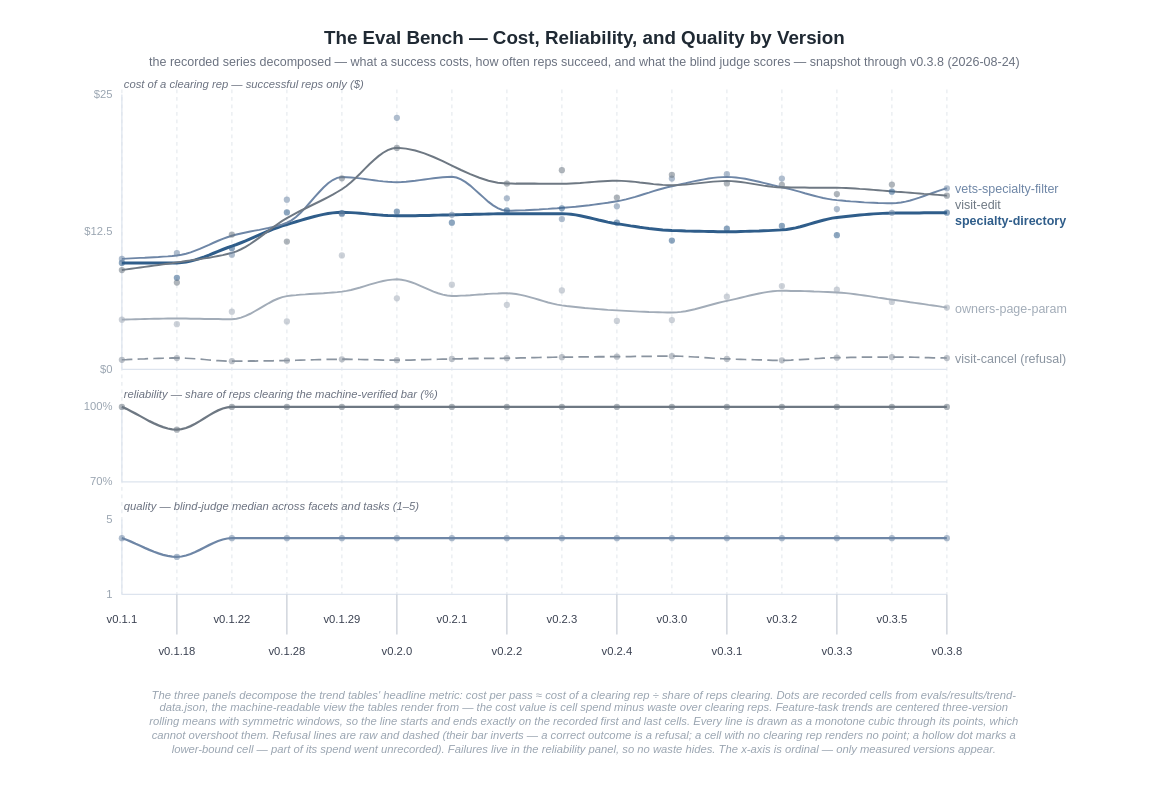
woditschka/agentic-coding-reference keeps this draw.io diagram as docs/images/eval-trend.drawio. Above is the earlier version. Source tidied: cells renumbered, new cells numbered last; positions are measured from the earlier drawing's top-left corner, leaving out a move shared by most shapes. Both pictures are drawn from the tidied source at 125%, with x=0, y=0 at pixel (21, 21).
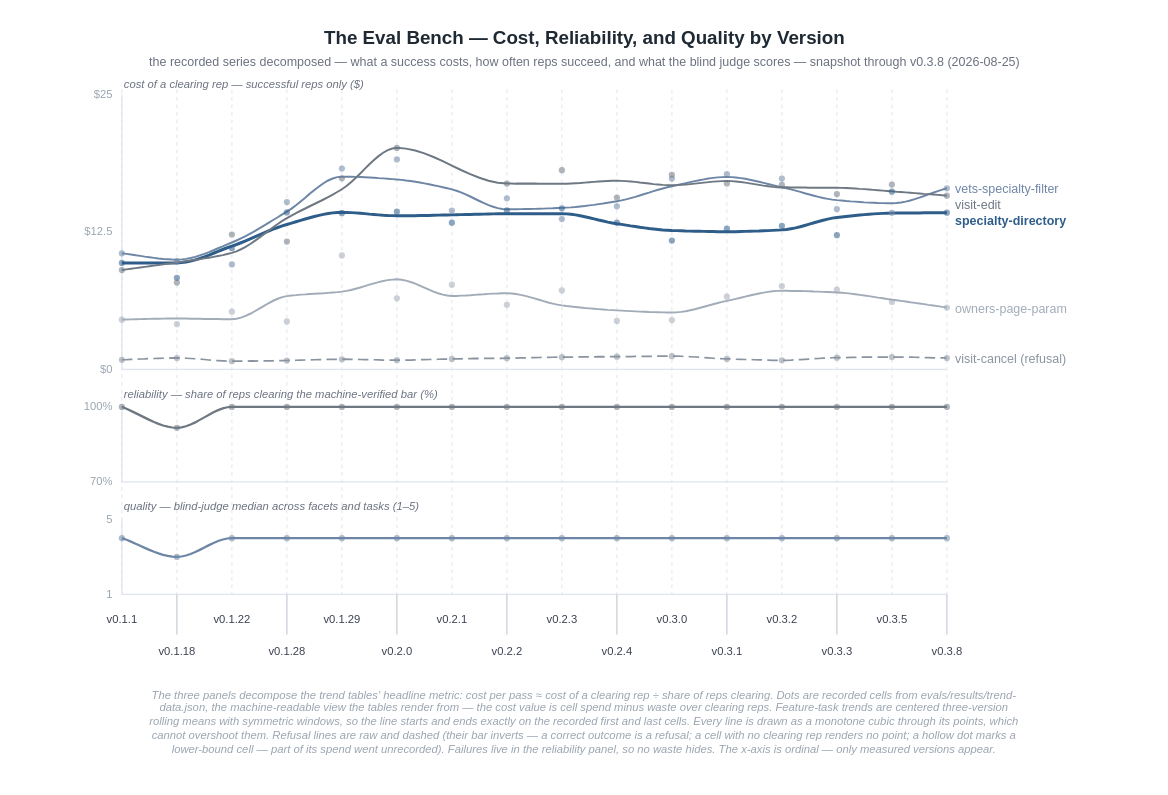
The same diagram, later.

The edit, as a diff of the source:
```diff
@@
-    <mxCell id="3" value="the recorded series decomposed — what a success costs, how often reps succeed, and what the blind judge scores — snapshot through v0.3.8 (2026-08-24)" style="text;html=1;align=center;verticalAlign=middle;fontSize=10;fontColor=#6B7280;" parent="1" vertex="1">
+    <mxCell id="3" value="the recorded series decomposed — what a success costs, how often reps succeed, and what the blind judge scores — snapshot through v0.3.8 (2026-08-25)" style="text;html=1;align=center;verticalAlign=middle;fontSize=10;fontColor=#6B7280;" parent="1" vertex="1">
       <mxGeometry y="25" width="900" height="14" as="geometry" />
     </mxCell>
@@
     <mxCell id="38" style="edgeStyle=none;rounded=0;curved=0;html=1;jettySize=0;endArrow=none;startArrow=none;strokeColor=#6E86A6;strokeWidth=1.6;" parent="1" edge="1">
       <mxGeometry relative="1" as="geometry">
-        <mxPoint x="80" y="189.6" as="sourcePoint" />
+        <mxPoint x="80" y="185.2" as="sourcePoint" />
         <mxPoint x="740" y="133.1" as="targetPoint" />
         <Array as="points">
-          <mxPoint x="83.7" y="189.4" />
-          <mxPoint x="87.3" y="189.2" />
-          <mxPoint x="91" y="189" />
-          <mxPoint x="94.7" y="188.8" />
-          <mxPoint x="98.3" y="188.7" />
-          <mxPoint x="102" y="188.5" />
-          <mxPoint x="105.7" y="188.3" />
-          <mxPoint x="109.3" y="188.1" />
-          <mxPoint x="113" y="187.8" />
-          <mxPoint x="116.7" y="187.6" />
-          <mxPoint x="120.3" y="187.3" />
-          <mxPoint x="124" y="186.9" />
-          <mxPoint x="127.7" y="186.3" />
-          <mxPoint x="131.3" y="185.5" />
-          <mxPoint x="135" y="184.4" />
-          <mxPoint x="138.7" y="183" />
-          <mxPoint x="142.3" y="181.6" />
-          <mxPoint x="146" y="180" />
-          <mxPoint x="149.7" y="178.4" />
-          <mxPoint x="153.3" y="176.7" />
-          <mxPoint x="157" y="175.1" />
-          <mxPoint x="160.7" y="173.6" />
-          <mxPoint x="164.3" y="172.3" />
-          <mxPoint x="168" y="171.1" />
-          <mxPoint x="171.7" y="170.1" />
-          <mxPoint x="175.3" y="169.3" />
-          <mxPoint x="179" y="168.5" />
-          <mxPoint x="182.7" y="167.7" />
-          <mxPoint x="186.3" y="167" />
-          <mxPoint x="190" y="166.4" />
-          <mxPoint x="193.7" y="165.6" />
-          <mxPoint x="197.3" y="164.9" />
-          <mxPoint x="201" y="164" />
-          <mxPoint x="204.7" y="163.1" />
-          <mxPoint x="208.3" y="162" />
-          <mxPoint x="212" y="160.7" />
-          <mxPoint x="215.7" y="158.8" />
-          <mxPoint x="219.3" y="156.1" />
-          <mxPoint x="223" y="152.7" />
-          <mxPoint x="226.7" y="148.8" />
-          <mxPoint x="230.3" y="144.7" />
-          <mxPoint x="234" y="140.4" />
-          <mxPoint x="237.7" y="136.3" />
-          <mxPoint x="241.3" y="132.5" />
-          <mxPoint x="245" y="129.1" />
-          <mxPoint x="248.7" y="126.5" />
-          <mxPoint x="252.3" y="124.8" />
-          <mxPoint x="256" y="124.2" />
-          <mxPoint x="259.7" y="124.3" />
-          <mxPoint x="263.3" y="124.5" />
-          <mxPoint x="267" y="124.8" />
-          <mxPoint x="270.7" y="125.2" />
-          <mxPoint x="274.3" y="125.7" />
-          <mxPoint x="278" y="126.2" />
-          <mxPoint x="281.7" y="126.7" />
-          <mxPoint x="285.3" y="127.2" />
-          <mxPoint x="289" y="127.6" />
-          <mxPoint x="292.7" y="127.9" />
-          <mxPoint x="296.3" y="128.1" />
-          <mxPoint x="300" y="128.2" />
-          <mxPoint x="303.7" y="128.1" />
-          <mxPoint x="307.3" y="127.9" />
-          <mxPoint x="311" y="127.5" />
-          <mxPoint x="314.7" y="127.1" />
-          <mxPoint x="318.3" y="126.6" />
-          <mxPoint x="322" y="126.1" />
-          <mxPoint x="325.7" y="125.6" />
-          <mxPoint x="329.3" y="125.1" />
-          <mxPoint x="333" y="124.7" />
-          <mxPoint x="336.7" y="124.3" />
-          <mxPoint x="340.3" y="124.1" />
-          <mxPoint x="344" y="124" />
-          <mxPoint x="347.7" y="124.5" />
-          <mxPoint x="351.3" y="126" />
-          <mxPoint x="355" y="128.2" />
-          <mxPoint x="358.7" y="131" />
-          <mxPoint x="362.3" y="134.2" />
-          <mxPoint x="366" y="137.5" />
-          <mxPoint x="369.7" y="140.8" />
-          <mxPoint x="373.3" y="144" />
-          <mxPoint x="377" y="146.8" />
+          <mxPoint x="83.7" y="185.6" />
+          <mxPoint x="87.3" y="186.1" />
+          <mxPoint x="91" y="186.7" />
+          <mxPoint x="94.7" y="187.2" />
+          <mxPoint x="98.3" y="187.8" />
+          <mxPoint x="102" y="188.3" />
+          <mxPoint x="105.7" y="188.8" />
+          <mxPoint x="109.3" y="189.3" />
+          <mxPoint x="113" y="189.7" />
+          <mxPoint x="116.7" y="189.9" />
+          <mxPoint x="120.3" y="190.1" />
+          <mxPoint x="124" y="190.2" />
+          <mxPoint x="127.7" y="190" />
+          <mxPoint x="131.3" y="189.6" />
+          <mxPoint x="135" y="188.9" />
+          <mxPoint x="138.7" y="188" />
+          <mxPoint x="142.3" y="186.8" />
+          <mxPoint x="146" y="185.6" />
+          <mxPoint x="149.7" y="184.2" />
+          <mxPoint x="153.3" y="182.7" />
+          <mxPoint x="157" y="181.1" />
+          <mxPoint x="160.7" y="179.6" />
+          <mxPoint x="164.3" y="178" />
+          <mxPoint x="168" y="176.5" />
+          <mxPoint x="171.7" y="174.9" />
+          <mxPoint x="175.3" y="173.2" />
+          <mxPoint x="179" y="171.4" />
+          <mxPoint x="182.7" y="169.4" />
+          <mxPoint x="186.3" y="167.4" />
+          <mxPoint x="190" y="165.2" />
+          <mxPoint x="193.7" y="163" />
+          <mxPoint x="197.3" y="160.8" />
+          <mxPoint x="201" y="158.5" />
+          <mxPoint x="204.7" y="156.3" />
+          <mxPoint x="208.3" y="154" />
+          <mxPoint x="212" y="151.8" />
+          <mxPoint x="215.7" y="149.4" />
+          <mxPoint x="219.3" y="146.7" />
+          <mxPoint x="223" y="143.7" />
+          <mxPoint x="226.7" y="140.7" />
+          <mxPoint x="230.3" y="137.5" />
+          <mxPoint x="234" y="134.5" />
+          <mxPoint x="237.7" y="131.7" />
+          <mxPoint x="241.3" y="129.1" />
+          <mxPoint x="245" y="126.9" />
+          <mxPoint x="248.7" y="125.3" />
+          <mxPoint x="252.3" y="124.2" />
+          <mxPoint x="256" y="123.8" />
+          <mxPoint x="259.7" y="123.8" />
+          <mxPoint x="263.3" y="123.9" />
+          <mxPoint x="267" y="124" />
+          <mxPoint x="270.7" y="124.1" />
+          <mxPoint x="274.3" y="124.3" />
+          <mxPoint x="278" y="124.5" />
+          <mxPoint x="281.7" y="124.7" />
+          <mxPoint x="285.3" y="125" />
+          <mxPoint x="289" y="125.2" />
+          <mxPoint x="292.7" y="125.5" />
+          <mxPoint x="296.3" y="125.8" />
+          <mxPoint x="300" y="126.1" />
+          <mxPoint x="303.7" y="126.4" />
+          <mxPoint x="307.3" y="126.9" />
+          <mxPoint x="311" y="127.3" />
+          <mxPoint x="314.7" y="127.9" />
+          <mxPoint x="318.3" y="128.5" />
+          <mxPoint x="322" y="129.2" />
+          <mxPoint x="325.7" y="129.9" />
+          <mxPoint x="329.3" y="130.7" />
+          <mxPoint x="333" y="131.4" />
+          <mxPoint x="336.7" y="132.3" />
+          <mxPoint x="340.3" y="133.1" />
+          <mxPoint x="344" y="134" />
+          <mxPoint x="347.7" y="135.1" />
+          <mxPoint x="351.3" y="136.4" />
+          <mxPoint x="355" y="138" />
+          <mxPoint x="358.7" y="139.7" />
+          <mxPoint x="362.3" y="141.5" />
+          <mxPoint x="366" y="143.3" />
+          <mxPoint x="369.7" y="145" />
+          <mxPoint x="373.3" y="146.6" />
+          <mxPoint x="377" y="147.9" />
           <mxPoint x="380.7" y="149" />
-          <mxPoint x="384.3" y="150.5" />
-          <mxPoint x="388" y="151" />
-          <mxPoint x="391.7" y="151" />
-          <mxPoint x="395.3" y="150.9" />
-          <mxPoint x="399" y="150.8" />
-          <mxPoint x="402.7" y="150.7" />
-          <mxPoint x="406.3" y="150.5" />
-          <mxPoint x="410" y="150.3" />
-          <mxPoint x="413.7" y="150.1" />
-          <mxPoint x="417.3" y="149.8" />
-          <mxPoint x="421" y="149.6" />
-          <mxPoint x="424.7" y="149.3" />
-          <mxPoint x="428.3" y="149.1" />
+          <mxPoint x="384.3" y="149.7" />
+          <mxPoint x="388" y="149.9" />
+          <mxPoint x="391.7" y="149.9" />
+          <mxPoint x="395.3" y="149.9" />
+          <mxPoint x="399" y="149.8" />
+          <mxPoint x="402.7" y="149.7" />
+          <mxPoint x="406.3" y="149.7" />
+          <mxPoint x="410" y="149.6" />
+          <mxPoint x="413.7" y="149.5" />
+          <mxPoint x="417.3" y="149.4" />
+          <mxPoint x="421" y="149.2" />
+          <mxPoint x="424.7" y="149.1" />
+          <mxPoint x="428.3" y="148.9" />
           <mxPoint x="432" y="148.8" />
-          <mxPoint x="435.7" y="148.5" />
-          <mxPoint x="439.3" y="148.2" />
-          <mxPoint x="443" y="147.9" />
-          <mxPoint x="446.7" y="147.5" />
-          <mxPoint x="450.3" y="147.1" />
-          <mxPoint x="454" y="146.7" />
-          <mxPoint x="457.7" y="146.2" />
-          <mxPoint x="461.3" y="145.7" />
-          <mxPoint x="465" y="145.2" />
+          <mxPoint x="435.7" y="148.6" />
+          <mxPoint x="439.3" y="148.4" />
+          <mxPoint x="443" y="148.1" />
+          <mxPoint x="446.7" y="147.7" />
+          <mxPoint x="450.3" y="147.3" />
+          <mxPoint x="454" y="146.8" />
+          <mxPoint x="457.7" y="146.4" />
+          <mxPoint x="461.3" y="145.8" />
+          <mxPoint x="465" y="145.3" />
           <mxPoint x="468.7" y="144.7" />
           <mxPoint x="472.3" y="144.1" />
           <mxPoint x="476" y="143.5" />
           <mxPoint x="479.7" y="142.8" />
           <mxPoint x="483.3" y="142" />
           <mxPoint x="487" y="141" />
           <mxPoint x="490.7" y="140" />
           <mxPoint x="494.3" y="138.9" />
           <mxPoint x="498" y="137.7" />
           <mxPoint x="501.7" y="136.6" />
           <mxPoint x="505.3" y="135.4" />
           <mxPoint x="509" y="134.3" />
           <mxPoint x="512.7" y="133.3" />
           <mxPoint x="516.3" y="132.3" />
           <mxPoint x="520" y="131.5" />
           <mxPoint x="523.7" y="130.7" />
           <mxPoint x="527.3" y="129.9" />
           <mxPoint x="531" y="129.1" />
           <mxPoint x="534.7" y="128.2" />
           <mxPoint x="538.3" y="127.4" />
           <mxPoint x="542" y="126.7" />
           <mxPoint x="545.7" y="126" />
           <mxPoint x="549.3" y="125.3" />
           <mxPoint x="553" y="124.8" />
           <mxPoint x="556.7" y="124.4" />
           <mxPoint x="560.3" y="124.2" />
           <mxPoint x="564" y="124.1" />
           <mxPoint x="567.7" y="124.2" />
           <mxPoint x="571.3" y="124.5" />
           <mxPoint x="575" y="125" />
           <mxPoint x="578.7" y="125.5" />
           <mxPoint x="582.3" y="126.3" />
           <mxPoint x="586" y="127.1" />
           <mxPoint x="589.7" y="127.9" />
           <mxPoint x="593.3" y="128.8" />
           <mxPoint x="597" y="129.7" />
           <mxPoint x="600.7" y="130.6" />
           <mxPoint x="604.3" y="131.5" />
           <mxPoint x="608" y="132.3" />
           <mxPoint x="611.7" y="133.1" />
           <mxPoint x="615.3" y="134" />
           <mxPoint x="619" y="135" />
           <mxPoint x="622.7" y="136" />
           <mxPoint x="626.3" y="137.1" />
           <mxPoint x="630" y="138.1" />
           <mxPoint x="633.7" y="139.1" />
           <mxPoint x="637.3" y="140" />
           <mxPoint x="641" y="140.9" />
           <mxPoint x="644.7" y="141.6" />
           <mxPoint x="648.3" y="142.2" />
           <mxPoint x="652" y="142.6" />
           <mxPoint x="655.7" y="142.9" />
           <mxPoint x="659.3" y="143.3" />
           <mxPoint x="663" y="143.6" />
           <mxPoint x="666.7" y="143.8" />
           <mxPoint x="670.3" y="144.1" />
           <mxPoint x="674" y="144.4" />
           <mxPoint x="677.7" y="144.6" />
           <mxPoint x="681.3" y="144.7" />
           <mxPoint x="685" y="144.9" />
           <mxPoint x="688.7" y="145" />
           <mxPoint x="692.3" y="145.1" />
           <mxPoint x="696" y="145.1" />
           <mxPoint x="699.7" y="144.9" />
           <mxPoint x="703.3" y="144.5" />
           <mxPoint x="707" y="143.8" />
           <mxPoint x="710.7" y="142.9" />
           <mxPoint x="714.3" y="141.8" />
           <mxPoint x="718" y="140.6" />
           <mxPoint x="721.7" y="139.3" />
           <mxPoint x="725.3" y="138" />
           <mxPoint x="729" y="136.7" />
           <mxPoint x="732.7" y="135.4" />
           <mxPoint x="736.3" y="134.2" />
         </Array>
       </mxGeometry>
     </mxCell>
@@
     <mxCell id="72" style="ellipse;html=1;fillColor=#6E86A6;strokeColor=none;opacity=55;" parent="1" vertex="1">
-      <mxGeometry x="77.5" y="187.1" width="5" height="5" as="geometry" />
+      <mxGeometry x="77.5" y="182.7" width="5" height="5" as="geometry" />
     </mxCell>
     <mxCell id="73" style="ellipse;html=1;fillColor=#6E86A6;strokeColor=none;opacity=55;" parent="1" vertex="1">
-      <mxGeometry x="121.5" y="182.4" width="5" height="5" as="geometry" />
+      <mxGeometry x="121.5" y="188.8" width="5" height="5" as="geometry" />
     </mxCell>
     <mxCell id="74" style="ellipse;html=1;fillColor=#6E86A6;strokeColor=none;opacity=55;" parent="1" vertex="1">
-      <mxGeometry x="165.5" y="183.7" width="5" height="5" as="geometry" />
+      <mxGeometry x="165.5" y="191.5" width="5" height="5" as="geometry" />
     </mxCell>
     <mxCell id="75" style="ellipse;html=1;fillColor=#6E86A6;strokeColor=none;opacity=55;" parent="1" vertex="1">
-      <mxGeometry x="209.5" y="139.7" width="5" height="5" as="geometry" />
+      <mxGeometry x="209.5" y="141.6" width="5" height="5" as="geometry" />
     </mxCell>
     <mxCell id="76" style="ellipse;html=1;fillColor=#6E86A6;strokeColor=none;opacity=55;" parent="1" vertex="1">
-      <mxGeometry x="253.5" y="151.1" width="5" height="5" as="geometry" />
+      <mxGeometry x="253.5" y="114.8" width="5" height="5" as="geometry" />
     </mxCell>
     <mxCell id="77" style="ellipse;html=1;fillColor=#6E86A6;strokeColor=none;opacity=55;" parent="1" vertex="1">
-      <mxGeometry x="297.5" y="74.2" width="5" height="5" as="geometry" />
+      <mxGeometry x="297.5" y="107.5" width="5" height="5" as="geometry" />
     </mxCell>
     <mxCell id="78" style="ellipse;html=1;fillColor=#6E86A6;strokeColor=none;opacity=55;" parent="1" vertex="1">
-      <mxGeometry x="341.5" y="151.8" width="5" height="5" as="geometry" />
+      <mxGeometry x="341.5" y="148.4" width="5" height="5" as="geometry" />
     </mxCell>
@@
     <mxCell id="120" style="edgeStyle=none;rounded=0;curved=0;html=1;jettySize=0;endArrow=none;startArrow=none;strokeColor=#6E7883;strokeWidth=1.8;" parent="1" edge="1">
       <mxGeometry relative="1" as="geometry">
         <mxPoint x="80" y="308" as="sourcePoint" />
         <mxPoint x="740" y="308" as="targetPoint" />
         <Array as="points">
-          <mxPoint x="83.7" y="309.6" />
-          <mxPoint x="87.3" y="311.5" />
-          <mxPoint x="91" y="313.4" />
-          <mxPoint x="94.7" y="315.4" />
-          <mxPoint x="98.3" y="317.4" />
-          <mxPoint x="102" y="319.4" />
-          <mxPoint x="105.7" y="321.2" />
-          <mxPoint x="109.3" y="322.8" />
-          <mxPoint x="113" y="324.2" />
-          <mxPoint x="116.7" y="325.3" />
-          <mxPoint x="120.3" y="326" />
-          <mxPoint x="124" y="326.2" />
-          <mxPoint x="127.7" y="325.8" />
-          <mxPoint x="131.3" y="324.9" />
-          <mxPoint x="135" y="323.4" />
-          <mxPoint x="138.7" y="321.5" />
-          <mxPoint x="142.3" y="319.4" />
-          <mxPoint x="146" y="317.1" />
-          <mxPoint x="149.7" y="314.8" />
-          <mxPoint x="153.3" y="312.7" />
-          <mxPoint x="157" y="310.8" />
-          <mxPoint x="160.7" y="309.3" />
-          <mxPoint x="164.3" y="308.4" />
+          <mxPoint x="83.7" y="309.5" />
+          <mxPoint x="87.3" y="311.2" />
+          <mxPoint x="91" y="313" />
+          <mxPoint x="94.7" y="314.8" />
+          <mxPoint x="98.3" y="316.6" />
+          <mxPoint x="102" y="318.4" />
+          <mxPoint x="105.7" y="320.1" />
+          <mxPoint x="109.3" y="321.6" />
+          <mxPoint x="113" y="322.9" />
+          <mxPoint x="116.7" y="323.8" />
+          <mxPoint x="120.3" y="324.5" />
+          <mxPoint x="124" y="324.7" />
+          <mxPoint x="127.7" y="324.4" />
+          <mxPoint x="131.3" y="323.5" />
+          <mxPoint x="135" y="322.1" />
+          <mxPoint x="138.7" y="320.4" />
+          <mxPoint x="142.3" y="318.4" />
+          <mxPoint x="146" y="316.4" />
+          <mxPoint x="149.7" y="314.3" />
+          <mxPoint x="153.3" y="312.3" />
+          <mxPoint x="157" y="310.6" />
+          <mxPoint x="160.7" y="309.2" />
+          <mxPoint x="164.3" y="308.3" />
           <mxPoint x="168" y="308" />
           <mxPoint x="171.7" y="308" />
           <mxPoint x="175.3" y="308" />
           <mxPoint x="179" y="308" />
           <mxPoint x="182.7" y="308" />
           <mxPoint x="186.3" y="308" />
           <mxPoint x="190" y="308" />
           <mxPoint x="193.7" y="308" />
           <mxPoint x="197.3" y="308" />
           <mxPoint x="201" y="308" />
           <mxPoint x="204.7" y="308" />
           <mxPoint x="208.3" y="308" />
           <mxPoint x="212" y="308" />
           <mxPoint x="215.7" y="308" />
           <mxPoint x="219.3" y="308" />
           <mxPoint x="223" y="308" />
           <mxPoint x="226.7" y="308" />
           <mxPoint x="230.3" y="308" />
           <mxPoint x="234" y="308" />
           <mxPoint x="237.7" y="308" />
           <mxPoint x="241.3" y="308" />
           <mxPoint x="245" y="308" />
           <mxPoint x="248.7" y="308" />
           <mxPoint x="252.3" y="308" />
           <mxPoint x="256" y="308" />
           <mxPoint x="259.7" y="308" />
           <mxPoint x="263.3" y="308" />
           <mxPoint x="267" y="308" />
           <mxPoint x="270.7" y="308" />
           <mxPoint x="274.3" y="308" />
           <mxPoint x="278" y="308" />
           <mxPoint x="281.7" y="308" />
           <mxPoint x="285.3" y="308" />
           <mxPoint x="289" y="308" />
           <mxPoint x="292.7" y="308" />
           <mxPoint x="296.3" y="308" />
           <mxPoint x="300" y="308" />
           <mxPoint x="303.7" y="308" />
           <mxPoint x="307.3" y="308" />
           <mxPoint x="311" y="308" />
           <mxPoint x="314.7" y="308" />
           <mxPoint x="318.3" y="308" />
           <mxPoint x="322" y="308" />
           <mxPoint x="325.7" y="308" />
           <mxPoint x="329.3" y="308" />
           <mxPoint x="333" y="308" />
           <mxPoint x="336.7" y="308" />
           <mxPoint x="340.3" y="308" />
           <mxPoint x="344" y="308" />
           <mxPoint x="347.7" y="308" />
           <mxPoint x="351.3" y="308" />
           <mxPoint x="355" y="308" />
           <mxPoint x="358.7" y="308" />
           <mxPoint x="362.3" y="308" />
           <mxPoint x="366" y="308" />
           <mxPoint x="369.7" y="308" />
           <mxPoint x="373.3" y="308" />
           <mxPoint x="377" y="308" />
           <mxPoint x="380.7" y="308" />
           <mxPoint x="384.3" y="308" />
           <mxPoint x="388" y="308" />
           <mxPoint x="391.7" y="308" />
           <mxPoint x="395.3" y="308" />
           <mxPoint x="399" y="308" />
           <mxPoint x="402.7" y="308" />
           <mxPoint x="406.3" y="308" />
           <mxPoint x="410" y="308" />
           <mxPoint x="413.7" y="308" />
           <mxPoint x="417.3" y="308" />
           <mxPoint x="421" y="308" />
           <mxPoint x="424.7" y="308" />
           <mxPoint x="428.3" y="308" />
           <mxPoint x="432" y="308" />
           <mxPoint x="435.7" y="308" />
           <mxPoint x="439.3" y="308" />
           <mxPoint x="443" y="308" />
           <mxPoint x="446.7" y="308" />
           <mxPoint x="450.3" y="308" />
           <mxPoint x="454" y="308" />
           <mxPoint x="457.7" y="308" />
           <mxPoint x="461.3" y="308" />
           <mxPoint x="465" y="308" />
           <mxPoint x="468.7" y="308" />
           <mxPoint x="472.3" y="308" />
           <mxPoint x="476" y="308" />
           <mxPoint x="479.7" y="308" />
           <mxPoint x="483.3" y="308" />
           <mxPoint x="487" y="308" />
           <mxPoint x="490.7" y="308" />
           <mxPoint x="494.3" y="308" />
           <mxPoint x="498" y="308" />
           <mxPoint x="501.7" y="308" />
           <mxPoint x="505.3" y="308" />
           <mxPoint x="509" y="308" />
           <mxPoint x="512.7" y="308" />
           <mxPoint x="516.3" y="308" />
           <mxPoint x="520" y="308" />
           <mxPoint x="523.7" y="308" />
           <mxPoint x="527.3" y="308" />
           <mxPoint x="531" y="308" />
           <mxPoint x="534.7" y="308" />
           <mxPoint x="538.3" y="308" />
           <mxPoint x="542" y="308" />
           <mxPoint x="545.7" y="308" />
           <mxPoint x="549.3" y="308" />
           <mxPoint x="553" y="308" />
           <mxPoint x="556.7" y="308" />
           <mxPoint x="560.3" y="308" />
           <mxPoint x="564" y="308" />
           <mxPoint x="567.7" y="308" />
           <mxPoint x="571.3" y="308" />
           <mxPoint x="575" y="308" />
           <mxPoint x="578.7" y="308" />
           <mxPoint x="582.3" y="308" />
           <mxPoint x="586" y="308" />
           <mxPoint x="589.7" y="308" />
           <mxPoint x="593.3" y="308" />
           <mxPoint x="597" y="308" />
           <mxPoint x="600.7" y="308" />
           <mxPoint x="604.3" y="308" />
           <mxPoint x="608" y="308" />
           <mxPoint x="611.7" y="308" />
           <mxPoint x="615.3" y="308" />
           <mxPoint x="619" y="308" />
           <mxPoint x="622.7" y="308" />
           <mxPoint x="626.3" y="308" />
           <mxPoint x="630" y="308" />
           <mxPoint x="633.7" y="308" />
           <mxPoint x="637.3" y="308" />
           <mxPoint x="641" y="308" />
           <mxPoint x="644.7" y="308" />
           <mxPoint x="648.3" y="308" />
           <mxPoint x="652" y="308" />
           <mxPoint x="655.7" y="308" />
           <mxPoint x="659.3" y="308" />
           <mxPoint x="663" y="308" />
           <mxPoint x="666.7" y="308" />
           <mxPoint x="670.3" y="308" />
           <mxPoint x="674" y="308" />
           <mxPoint x="677.7" y="308" />
           <mxPoint x="681.3" y="308" />
           <mxPoint x="685" y="308" />
           <mxPoint x="688.7" y="308" />
           <mxPoint x="692.3" y="308" />
           <mxPoint x="696" y="308" />
           <mxPoint x="699.7" y="308" />
           <mxPoint x="703.3" y="308" />
           <mxPoint x="707" y="308" />
           <mxPoint x="710.7" y="308" />
           <mxPoint x="714.3" y="308" />
           <mxPoint x="718" y="308" />
           <mxPoint x="721.7" y="308" />
           <mxPoint x="725.3" y="308" />
           <mxPoint x="729" y="308" />
           <mxPoint x="732.7" y="308" />
           <mxPoint x="736.3" y="308" />
         </Array>
       </mxGeometry>
     </mxCell>
@@
     <mxCell id="122" style="ellipse;html=1;fillColor=#6E7883;strokeColor=none;opacity=55;" parent="1" vertex="1">
-      <mxGeometry x="121.5" y="323.7" width="5" height="5" as="geometry" />
+      <mxGeometry x="121.5" y="322.2" width="5" height="5" as="geometry" />
     </mxCell>
```
